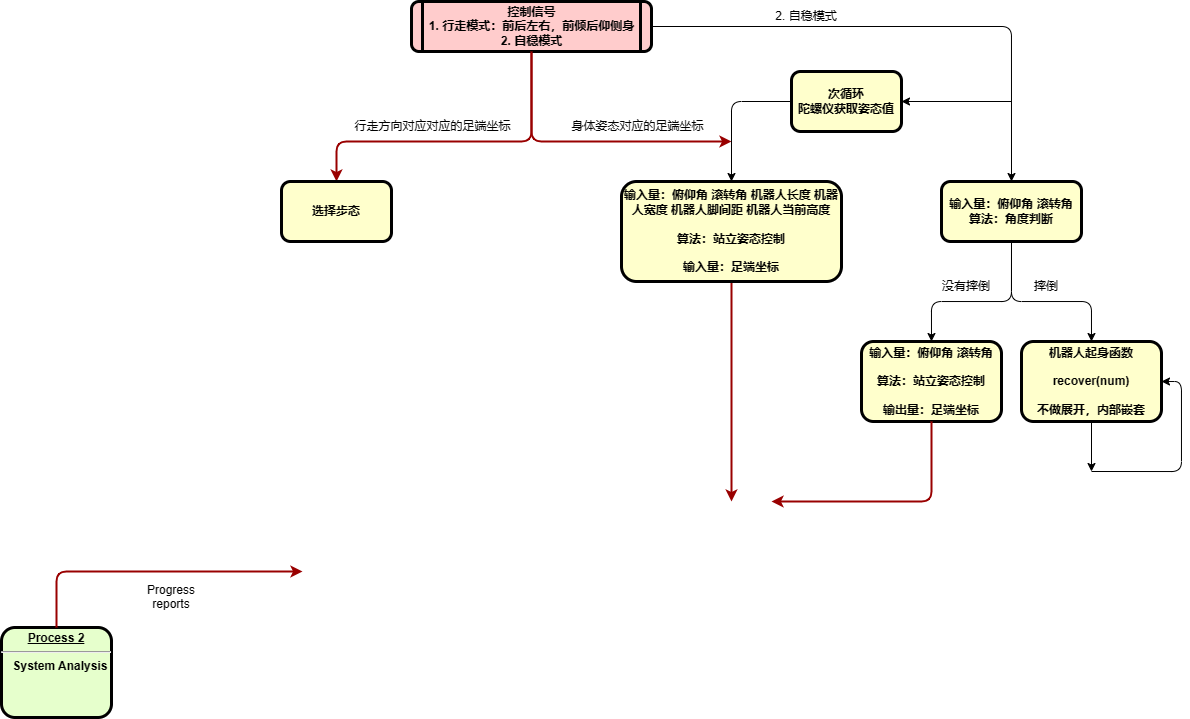
Earlier version of the draw.io export 机器人总体流程.drawio.png (KAZAMA-DREAM/picture). Source tidied: cells renumbered, new cells last; positions are measured from the earlier drawing's top-left corner, leaving out a move shared by most shapes.
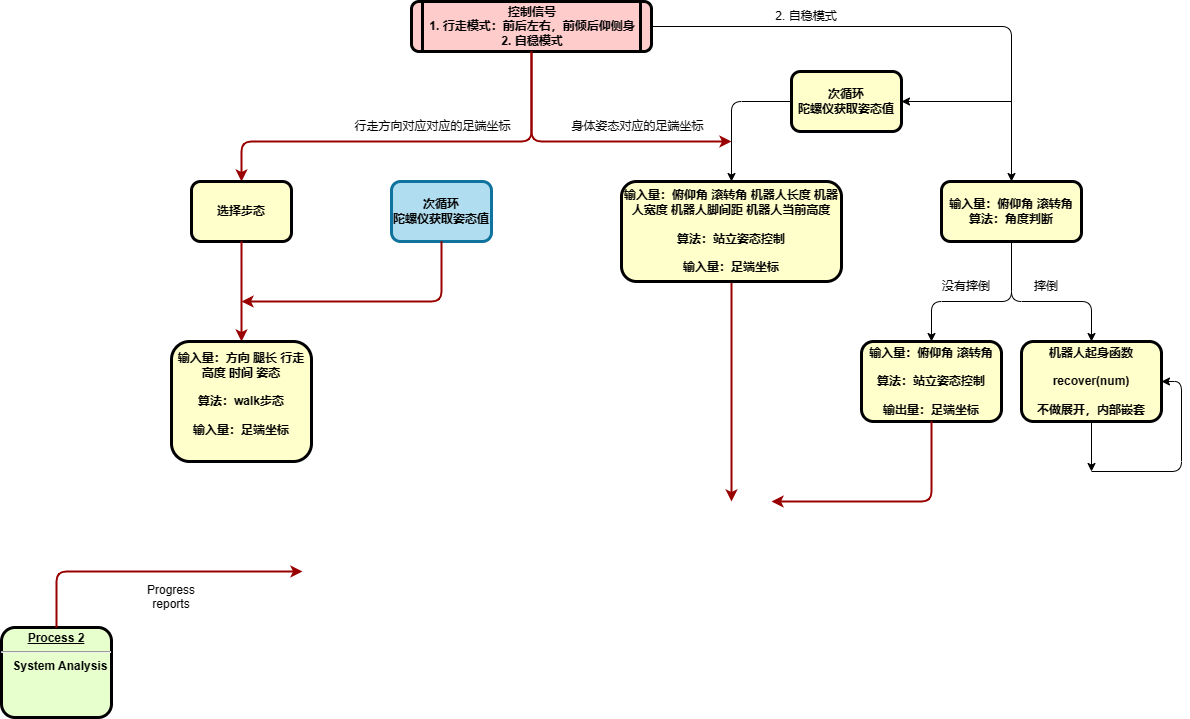
Above is the later version.

Commit message:
更新机器人总体流程.drawio.png

What changed in the source:
```diff
@@ -115,7 +115,7 @@
       <mxGeometry relative="1" as="geometry">
         <Array as="points">
           <mxPoint x="530" y="140" />
-          <mxPoint x="335" y="140" />
+          <mxPoint x="240" y="140" />
         </Array>
       </mxGeometry>
     </mxCell>
@@ -126,7 +126,24 @@
       <mxGeometry x="350" y="110" width="163" height="30" as="geometry" />
     </mxCell>
     <mxCell id="27" value="选择步态" style="whiteSpace=wrap;align=center;verticalAlign=middle;fontStyle=1;strokeWidth=3;fillColor=#FFFFCC;rounded=1;" parent="1" vertex="1">
-      <mxGeometry x="280" y="180" width="110" height="60" as="geometry" />
+      <mxGeometry x="190" y="180" width="100" height="60" as="geometry" />
     </mxCell>
+    <mxCell id="28" value="次循环&#10;陀螺仪获取姿态值" style="whiteSpace=wrap;align=center;verticalAlign=middle;fontStyle=1;strokeWidth=3;fillColor=#b1ddf0;rounded=1;strokeColor=#10739e;" parent="1" vertex="1">
+      <mxGeometry x="390" y="180" width="100" height="60" as="geometry" />
+    </mxCell>
+    <mxCell id="29" style="edgeStyle=orthogonalEdgeStyle;rounded=1;jettySize=auto;html=1;strokeColor=#990000;strokeWidth=2;exitX=0.5;exitY=1;exitDx=0;exitDy=0;entryX=0.5;entryY=0;entryDx=0;entryDy=0;" parent="1" edge="1" source="27" target="31">
+      <mxGeometry relative="1" as="geometry" />
+    </mxCell>
+    <mxCell id="30" style="edgeStyle=orthogonalEdgeStyle;rounded=1;jettySize=auto;html=1;strokeColor=#990000;strokeWidth=2;exitX=0.5;exitY=1;exitDx=0;exitDy=0;" parent="1" edge="1" source="28">
+      <mxGeometry relative="1" as="geometry">
+        <mxPoint x="240" y="300" as="targetPoint" />
+        <Array as="points">
+          <mxPoint x="440" y="300" />
+        </Array>
+      </mxGeometry>
+    </mxCell>
+    <mxCell id="31" value="输入量：方向 腿长 行走高度 时间 姿态&#10;&#10;算法：walk步态&#10;&#10;输入量：足端坐标&#10;" style="whiteSpace=wrap;align=center;verticalAlign=middle;fontStyle=1;strokeWidth=3;fillColor=#FFFFCC;rounded=1;" parent="1" vertex="1">
+      <mxGeometry x="170" y="340" width="140" height="120" as="geometry" />
+    </mxCell>
   </root>
 </mxGraphModel>
```
